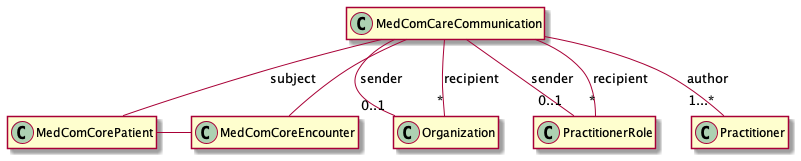
Before: input/images/carecommunication/CareCommunicationCommunication.png, a diagram exported from PlantUML (medcomdk/dk-medcom).
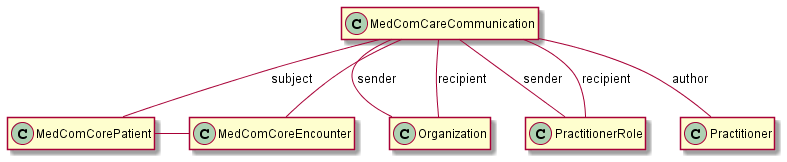
The same diagram one commit later.

The edit, as a diff of the source:
```diff
@@ -11,11 +11,11 @@
 
 communication -- patient : "subject"
 communication -- encounter
-communication --"0..1" recipientOrganization : "sender"
-communication --"0..1" recipientRole : "sender"
-communication --"*" recipientOrganization : "recipient"
-communication --"*" recipientRole : "recipient"
-communication --"1...*" author : "author"
+communication -- recipientOrganization : "sender"
+communication -- recipientRole : "sender"
+communication -- recipientOrganization : "recipient"
+communication -- recipientRole : "recipient"
+communication -- author : "author"
 
 patient - encounter
 @enduml
```
